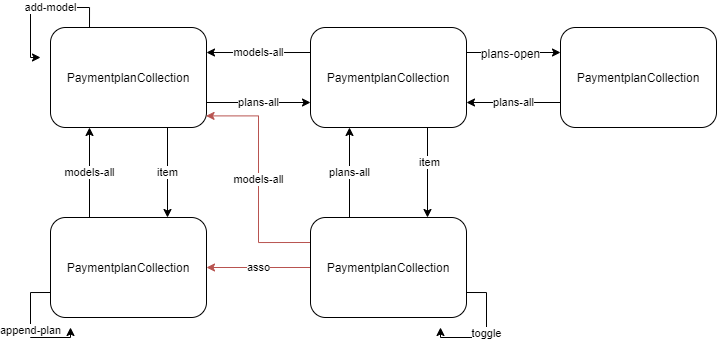
This is hajakoodi/kuvat/hypermedia-map.png from Marbeth65/PWP-Pyry_Jari_Markku, a draw.io export, as it was before one commit. Source tidied: cells renumbered, new cells last; positions are measured from the earlier drawing's top-left corner, leaving out a move shared by most shapes.
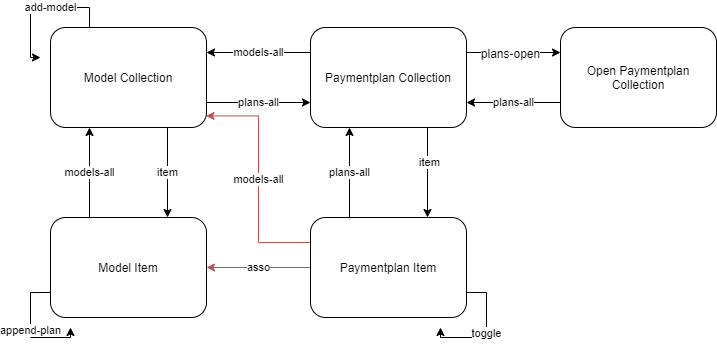
After the change.

Commit message:
kuvaa muokattu

What changed in the source:
```diff
@@ -16,7 +16,7 @@
     <mxCell id="4" value="item" style="edgeLabel;html=1;align=center;verticalAlign=middle;" parent="3" vertex="1">
       <mxGeometry x="-0.24" y="2" relative="1" as="geometry" />
     </mxCell>
-    <mxCell id="5" value="PaymentplanCollection" style="rounded=1;whiteSpace=wrap;html=1;" parent="1" vertex="1">
+    <mxCell id="5" value="Paymentplan Collection" style="rounded=1;whiteSpace=wrap;html=1;" parent="1" vertex="1">
       <mxGeometry x="270" width="156" height="100" as="geometry" />
     </mxCell>
     <mxCell id="6" style="edgeStyle=orthogonalEdgeStyle;rounded=0;jettySize=auto;html=1;exitX=0.25;exitY=0;exitDx=0;exitDy=0;" parent="1" edge="1" source="10">
@@ -33,13 +33,13 @@
     <mxCell id="9" value="item" style="edgeStyle=orthogonalEdgeStyle;rounded=0;jettySize=auto;html=1;exitX=0.75;exitY=1;exitDx=0;exitDy=0;entryX=0.75;entryY=0;entryDx=0;entryDy=0;" parent="1" edge="1" source="10" target="20">
       <mxGeometry relative="1" as="geometry" />
     </mxCell>
-    <mxCell id="10" value="PaymentplanCollection" style="rounded=1;whiteSpace=wrap;html=1;" parent="1" vertex="1">
+    <mxCell id="10" value="Model Collection" style="rounded=1;whiteSpace=wrap;html=1;" parent="1" vertex="1">
       <mxGeometry x="10" width="156" height="100" as="geometry" />
     </mxCell>
     <mxCell id="11" value="plans-all" style="edgeStyle=orthogonalEdgeStyle;rounded=0;jettySize=auto;html=1;exitX=0;exitY=0.75;exitDx=0;exitDy=0;entryX=1;entryY=0.75;entryDx=0;entryDy=0;" parent="1" edge="1" source="12" target="5">
       <mxGeometry relative="1" as="geometry" />
     </mxCell>
-    <mxCell id="12" value="PaymentplanCollection" style="rounded=1;whiteSpace=wrap;html=1;" parent="1" vertex="1">
+    <mxCell id="12" value="Open Paymentplan Collection" style="rounded=1;whiteSpace=wrap;html=1;" parent="1" vertex="1">
       <mxGeometry x="520" width="156" height="100" as="geometry" />
     </mxCell>
     <mxCell id="13" value="plans-all" style="edgeStyle=orthogonalEdgeStyle;rounded=0;jettySize=auto;html=1;exitX=0.25;exitY=0;exitDx=0;exitDy=0;entryX=0.25;entryY=1;entryDx=0;entryDy=0;" parent="1" edge="1" source="17" target="5">
@@ -56,7 +56,7 @@
     <mxCell id="16" value="models-all" style="edgeStyle=orthogonalEdgeStyle;rounded=0;jettySize=auto;html=1;exitX=0;exitY=0.25;exitDx=0;exitDy=0;entryX=0.997;entryY=0.884;entryDx=0;entryDy=0;entryPerimeter=0;fillColor=#f8cecc;strokeColor=#b85450;" parent="1" edge="1" source="17" target="10">
       <mxGeometry relative="1" as="geometry" />
     </mxCell>
-    <mxCell id="17" value="PaymentplanCollection" style="rounded=1;whiteSpace=wrap;html=1;" parent="1" vertex="1">
+    <mxCell id="17" value="Paymentplan Item" style="rounded=1;whiteSpace=wrap;html=1;" parent="1" vertex="1">
       <mxGeometry x="270" y="190" width="156" height="100" as="geometry" />
     </mxCell>
     <mxCell id="18" value="models-all" style="edgeStyle=orthogonalEdgeStyle;rounded=0;jettySize=auto;html=1;exitX=0.25;exitY=0;exitDx=0;exitDy=0;entryX=0.25;entryY=1;entryDx=0;entryDy=0;" parent="1" edge="1" source="20" target="10">
@@ -67,7 +67,7 @@
         <mxPoint x="30" y="300" as="targetPoint" />
       </mxGeometry>
     </mxCell>
-    <mxCell id="20" value="PaymentplanCollection" style="rounded=1;whiteSpace=wrap;html=1;" parent="1" vertex="1">
+    <mxCell id="20" value="Model Item" style="rounded=1;whiteSpace=wrap;html=1;" parent="1" vertex="1">
       <mxGeometry x="10" y="190" width="156" height="100" as="geometry" />
     </mxCell>
     <mxCell id="21" style="endArrow=classic;html=1;entryX=0;entryY=0.25;entryDx=0;entryDy=0;exitX=1;exitY=0.25;exitDx=0;exitDy=0;" parent="1" edge="1" source="5" target="12">
```
